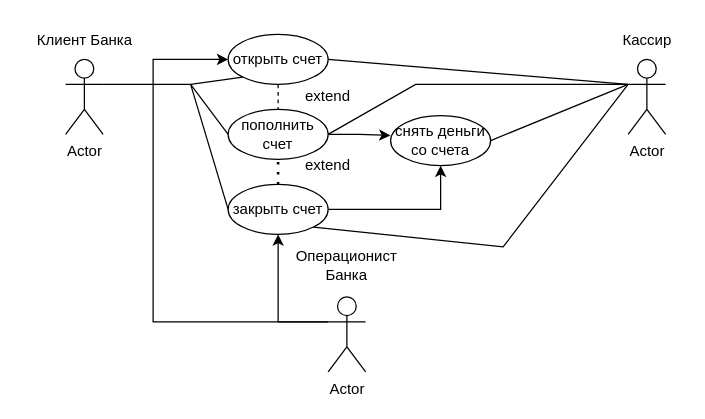
Above: AKMS2.drawio in EnoT1K4/project_new (draw.io), before the change. Source tidied: cells renumbered, new cells numbered last; positions are measured from the earlier drawing's top-left corner, leaving out a move shared by most shapes. Both pictures are drawn from the tidied source at 125%, with x=0, y=0 at pixel (21, 21).
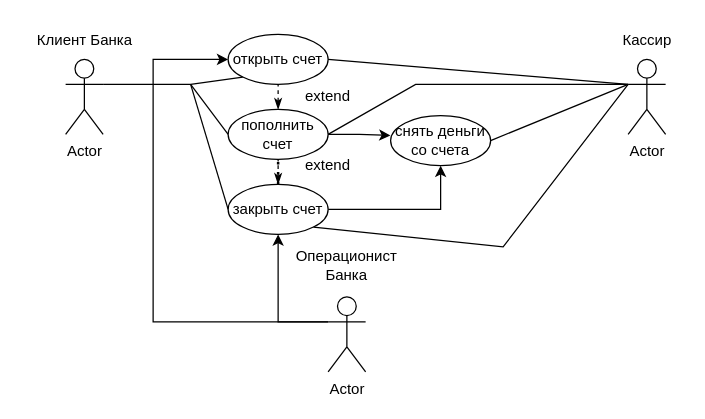
The same diagram, later.

The change refers to these unchanged cells:
```xml
<mxCell id="4" value="открыть счет" style="ellipse;whiteSpace=wrap;html=1;" parent="1" vertex="1">
  <mxGeometry x="165" y="10" width="80" height="40" as="geometry" />
</mxCell>
<mxCell id="7" value="пополнить счет" style="ellipse;whiteSpace=wrap;html=1;" parent="1" vertex="1">
  <mxGeometry x="165" y="70" width="80" height="40" as="geometry" />
</mxCell>
```

What changed in the source:
```diff
@@
-    <mxCell id="12" style="endArrow=none;dashed=1;html=1;rounded=0;exitX=0.5;exitY=1;exitDx=0;exitDy=0;entryX=0.5;entryY=0;entryDx=0;entryDy=0;" parent="1" edge="1" source="4" target="7">
-      <mxGeometry relative="1" as="geometry" />
-    </mxCell>
@@
+    <mxCell id="27" style="endArrow=none;dashed=1;html=1;rounded=0;jumpStyle=gap;exitX=0.5;exitY=0;exitDx=0;exitDy=0;entryX=0.5;entryY=1;entryDx=0;entryDy=0;startArrow=classicThin;startFill=1;" parent="1" edge="1" source="7" target="4">
+      <mxGeometry relative="1" as="geometry" />
+    </mxCell>
+    <mxCell id="28" style="endArrow=none;dashed=1;html=1;rounded=0;jumpStyle=gap;startArrow=classicThin;startFill=1;" parent="1" edge="1">
+      <mxGeometry relative="1" as="geometry">
+        <mxPoint x="205" y="130" as="sourcePoint" />
+        <mxPoint x="205" y="110" as="targetPoint" />
+      </mxGeometry>
+    </mxCell>
```
